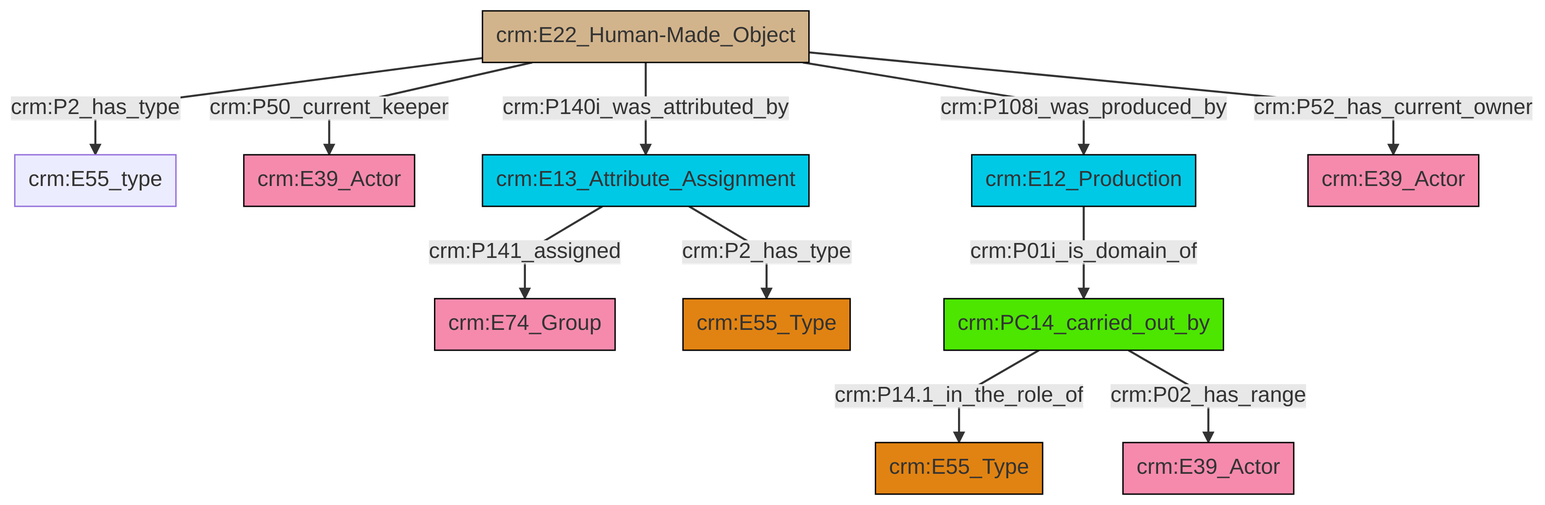
Earlier version of the Mermaid export et/artworkCSV/ttl/mmd/png/Artwork_Actor_Relations.png (swiss-art-research-net/reference-data-models). Its source is kept beside it as et/artworkCSV/ttl/mmd/Artwork_Actor_Relations.ttl.mmd.
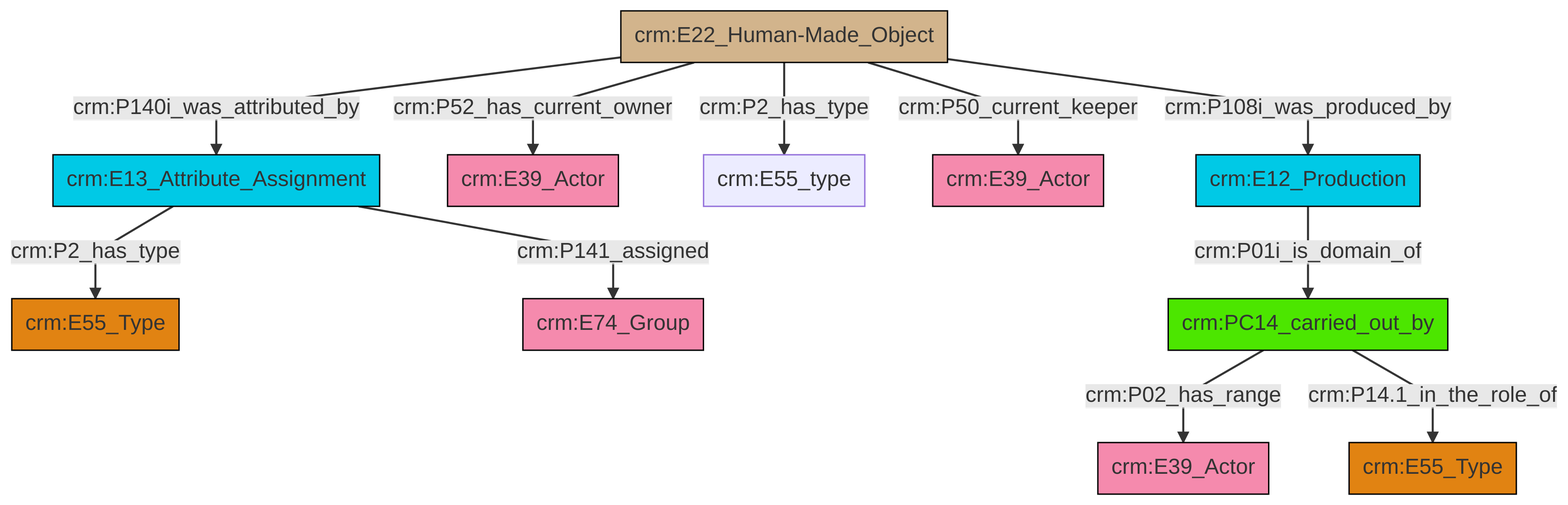
The same diagram one commit later.

Change to the diagram source:
```diff
@@ -13,13 +13,13 @@
 classDef PC_Classes fill:#4ce600, stroke:#000000;
 classDef Multi fill:#cccccc,stroke:#000000;
 
-0["crm:E22_Human-Made_Object"]:::Physical_Thing -->|crm:P2_has_type| 1["crm:E55_type"]:::Default
-0["crm:E22_Human-Made_Object"]:::Physical_Thing -->|crm:P140i_was_attributed_by| 12["crm:E13_Attribute_Assignment"]:::Temporal_Entity
-19["crm:PC14_carried_out_by"]:::PC_Classes -->|crm:P14.1_in_the_role_of| 20["crm:E55_Type"]:::Type
-0["crm:E22_Human-Made_Object"]:::Physical_Thing -->|crm:P52_has_current_owner| 13["crm:E39_Actor"]:::Actor
-0["crm:E22_Human-Made_Object"]:::Physical_Thing -->|crm:P108i_was_produced_by| 10["crm:E12_Production"]:::Temporal_Entity
-0["crm:E22_Human-Made_Object"]:::Physical_Thing -->|crm:P50_current_keeper| 4["crm:E39_Actor"]:::Actor
-19["crm:PC14_carried_out_by"]:::PC_Classes -->|crm:P02_has_range| 6["crm:E39_Actor"]:::Actor
-12["crm:E13_Attribute_Assignment"]:::Temporal_Entity -->|crm:P141_assigned| 2["crm:E74_Group"]:::Actor
-10["crm:E12_Production"]:::Temporal_Entity -->|crm:P01i_is_domain_of| 19["crm:PC14_carried_out_by"]:::PC_Classes
-12["crm:E13_Attribute_Assignment"]:::Temporal_Entity -->|crm:P2_has_type| 8["crm:E55_Type"]:::Type
+2["crm:PC14_carried_out_by"]:::PC_Classes -->|crm:P02_has_range| 3["crm:E39_Actor"]:::Actor
+4["crm:E22_Human-Made_Object"]:::Physical_Thing -->|crm:P140i_was_attributed_by| 5["crm:E13_Attribute_Assignment"]:::Temporal_Entity
+4["crm:E22_Human-Made_Object"]:::Physical_Thing -->|crm:P52_has_current_owner| 8["crm:E39_Actor"]:::Actor
+5["crm:E13_Attribute_Assignment"]:::Temporal_Entity -->|crm:P2_has_type| 0["crm:E55_Type"]:::Type
+2["crm:PC14_carried_out_by"]:::PC_Classes -->|crm:P14.1_in_the_role_of| 6["crm:E55_Type"]:::Type
+19["crm:E12_Production"]:::Temporal_Entity -->|crm:P01i_is_domain_of| 2["crm:PC14_carried_out_by"]:::PC_Classes
+5["crm:E13_Attribute_Assignment"]:::Temporal_Entity -->|crm:P141_assigned| 11["crm:E74_Group"]:::Actor
+4["crm:E22_Human-Made_Object"]:::Physical_Thing -->|crm:P2_has_type| 14["crm:E55_type"]:::Default
+4["crm:E22_Human-Made_Object"]:::Physical_Thing -->|crm:P50_current_keeper| 17["crm:E39_Actor"]:::Actor
+4["crm:E22_Human-Made_Object"]:::Physical_Thing -->|crm:P108i_was_produced_by| 19["crm:E12_Production"]:::Temporal_Entity
```
